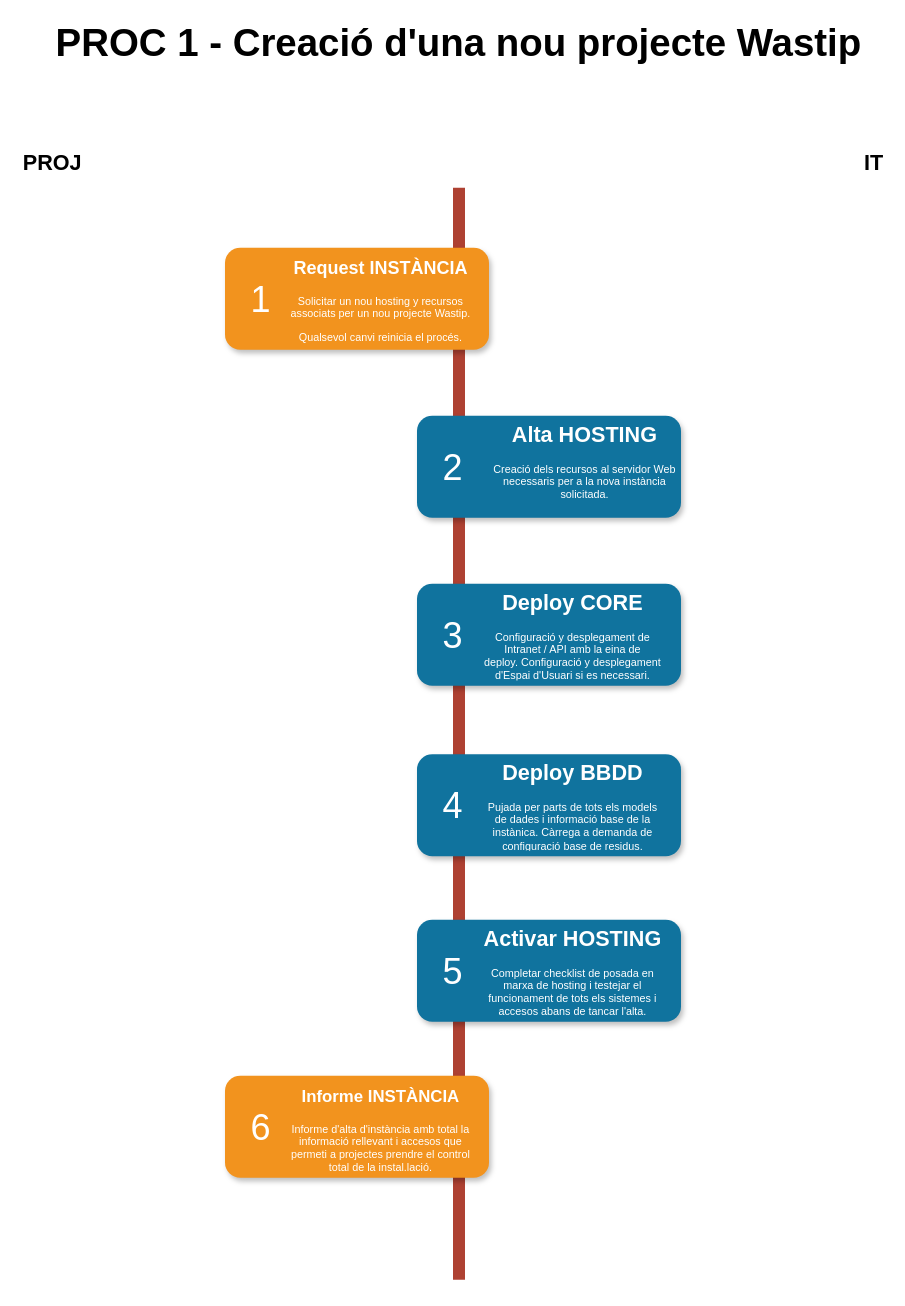
Earlier version of the draw.io diagram proc_1.drawio (drubio-moba/diagramas). Source tidied: cells renumbered, new cells numbered last; positions are measured from the earlier drawing's top-left corner, leaving out a move shared by most shapes. Both pictures are drawn from the tidied source at 120%, with x=0, y=0 at pixel (20, 31).
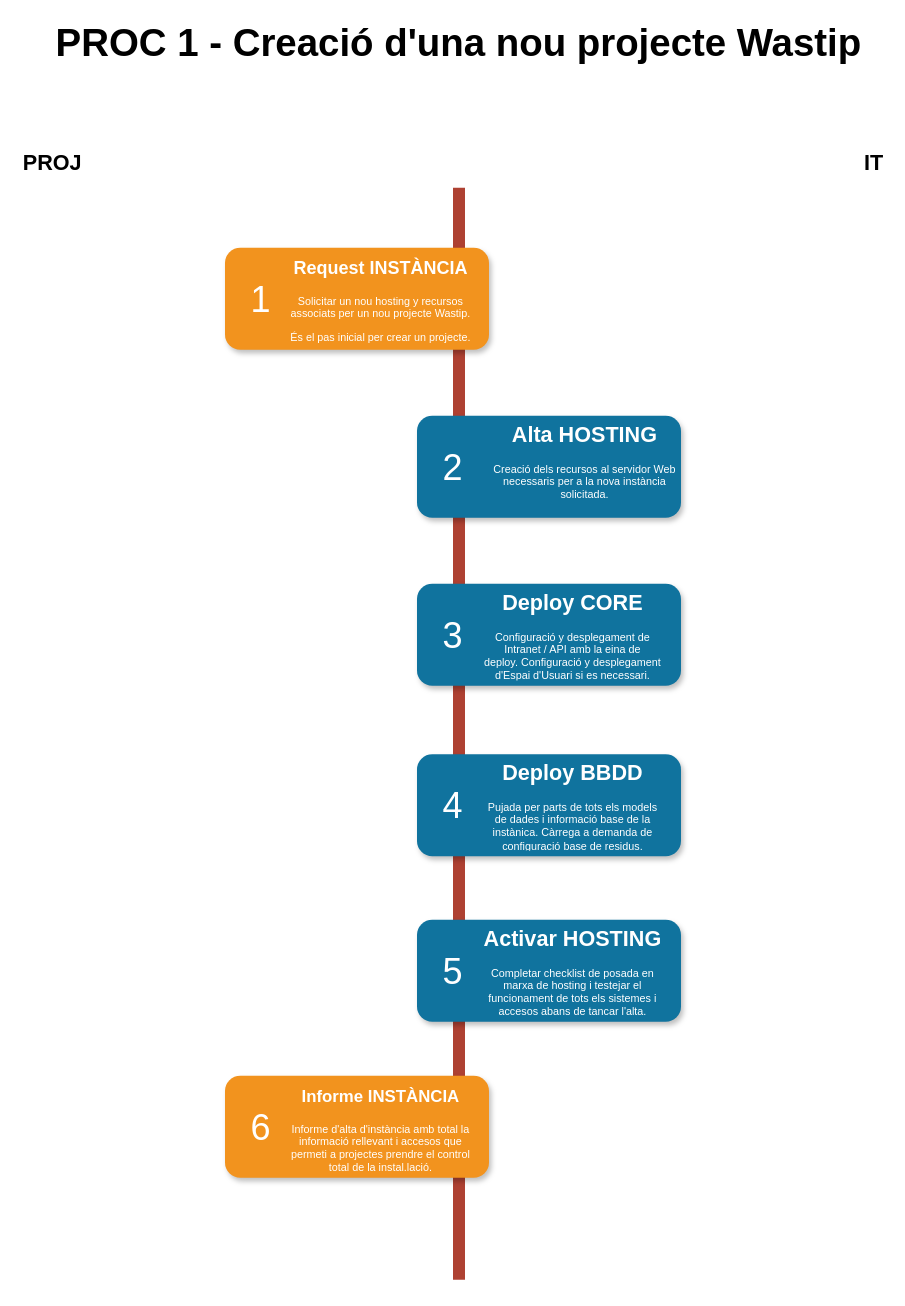
The same page after the edit.

Commit message:
Contingut inicial complert

What changed in the source:
```diff
@@
-    <mxCell id="13" value="&lt;h1&gt;&lt;font style=&quot;font-size: 15px&quot;&gt;Request INSTÀNCIA&lt;/font&gt;&lt;/h1&gt;&lt;p&gt;Solicitar un nou hosting y recursos associats per un nou projecte Wastip.&lt;/p&gt;&lt;p&gt;Qualsevol canvi reinicia el procés.&lt;/p&gt;" style="text;html=1;spacing=5;spacingTop=-20;whiteSpace=wrap;overflow=hidden;strokeColor=none;strokeWidth=4;fillColor=none;gradientColor=#007FFF;fontSize=9;fontColor=#FFFFFF;align=center;" parent="1" vertex="1">
+    <mxCell id="13" value="&lt;h1&gt;&lt;font style=&quot;font-size: 15px&quot;&gt;Request INSTÀNCIA&lt;/font&gt;&lt;/h1&gt;&lt;p&gt;Solicitar un nou hosting y recursos associats per un nou projecte Wastip.&lt;/p&gt;&lt;p&gt;És el pas inicial per crear un projecte.&lt;/p&gt;" style="text;html=1;spacing=5;spacingTop=-20;whiteSpace=wrap;overflow=hidden;strokeColor=none;strokeWidth=4;fillColor=none;gradientColor=#007FFF;fontSize=9;fontColor=#FFFFFF;align=center;" parent="1" vertex="1">
       <mxGeometry x="220" y="184" width="160" height="77" as="geometry" />
     </mxCell>
```
